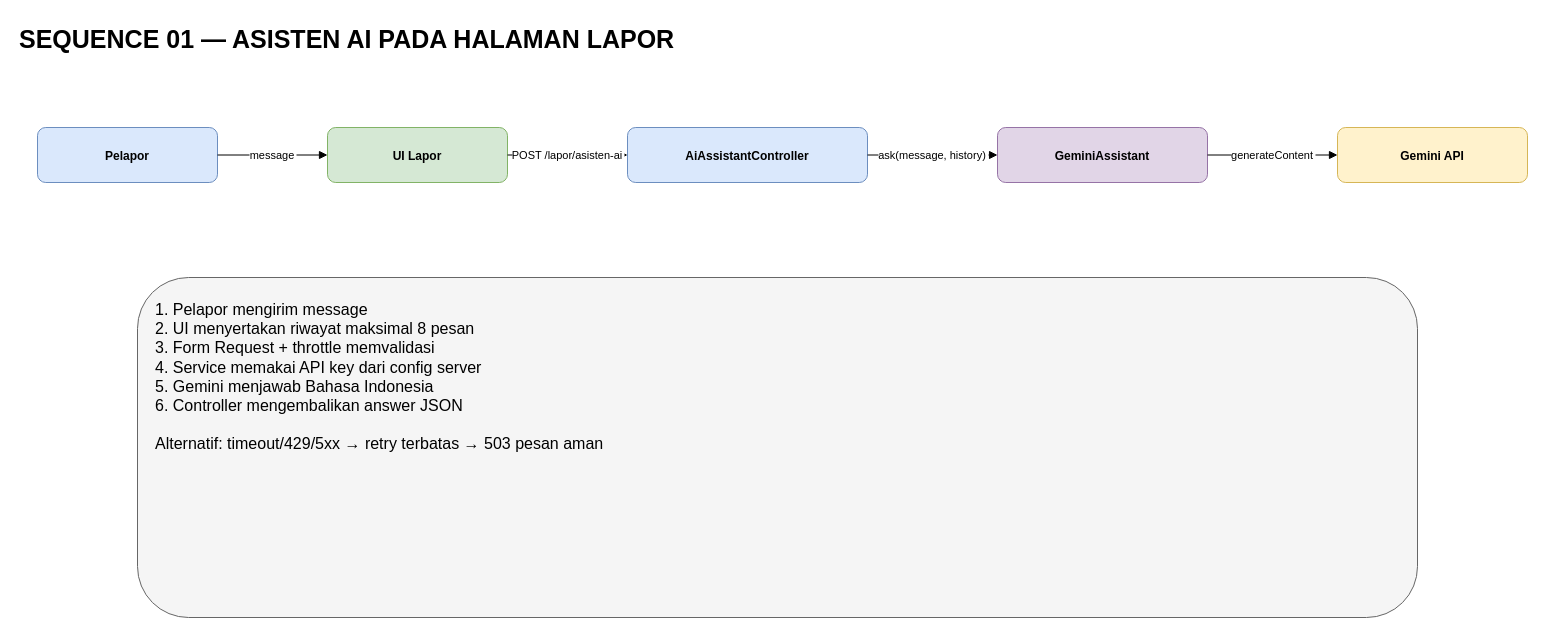
Earlier version of the draw.io diagram page "01 - Asisten AI" (1 of 3) of docs/SIPRAJA-sequence.drawio (Samuel-smr/Satpolpp). Source tidied: cells renumbered, new cells numbered last; positions are measured from the earlier drawing's top-left corner, leaving out a move shared by most shapes. Both pictures are drawn from the tidied source at 100%, with x=0, y=0 at pixel (17, 17).
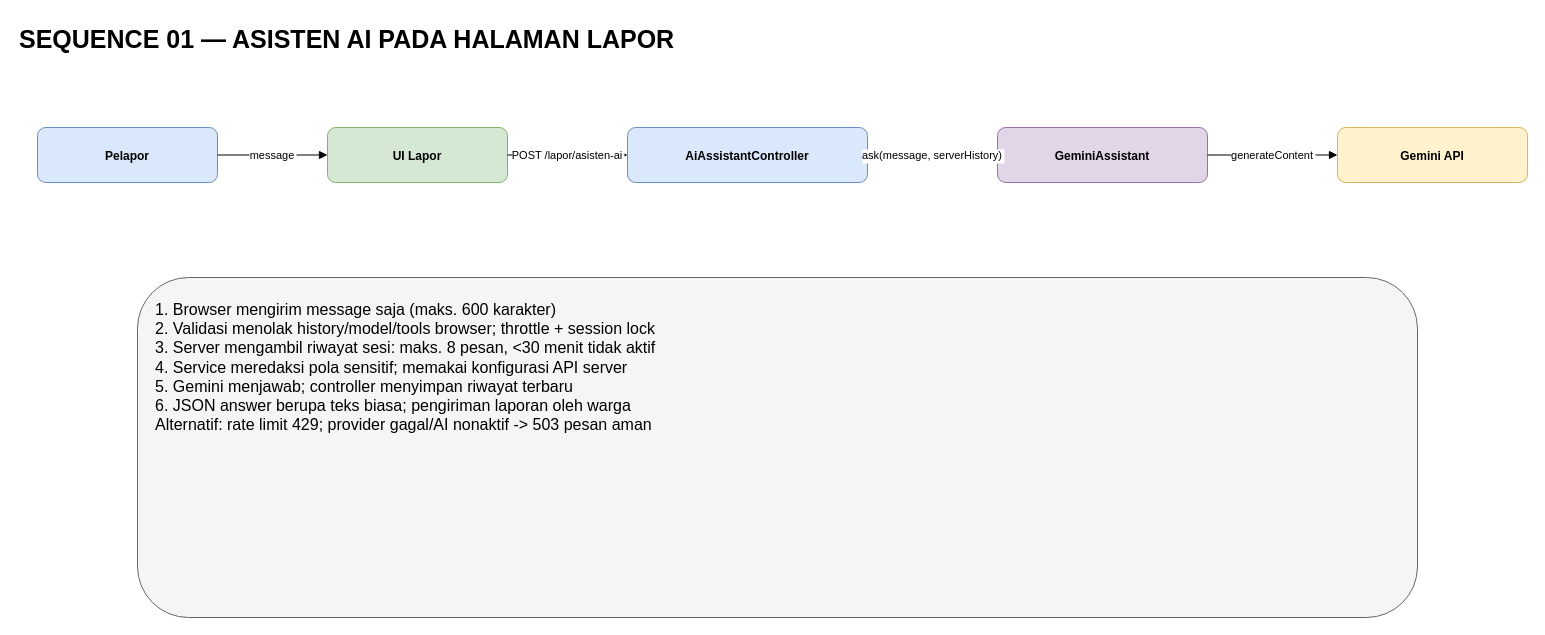
After the change.

Diff of the diagram source:
```diff
@@
 <mxGraphModel>
   <root>
     <mxCell id="0" />
     <mxCell id="1" parent="0" />
     <mxCell id="2" value="SEQUENCE 01 — ASISTEN AI PADA HALAMAN LAPOR" style="text;html=0;fontSize=25;fontStyle=1;" parent="1" vertex="1">
       <mxGeometry width="1100" height="40" as="geometry" />
     </mxCell>
     <mxCell id="3" value="Pelapor" style="rounded=1;html=0;fillColor=#dae8fc;strokeColor=#6c8ebf;fontStyle=1;" parent="1" vertex="1">
       <mxGeometry x="20" y="110" width="180" height="55" as="geometry" />
     </mxCell>
     <mxCell id="4" value="UI Lapor" style="rounded=1;html=0;fillColor=#d5e8d4;strokeColor=#82b366;fontStyle=1;" parent="1" vertex="1">
       <mxGeometry x="310" y="110" width="180" height="55" as="geometry" />
     </mxCell>
     <mxCell id="5" value="AiAssistantController" style="rounded=1;html=0;fillColor=#dae8fc;strokeColor=#6c8ebf;fontStyle=1;" parent="1" vertex="1">
       <mxGeometry x="610" y="110" width="240" height="55" as="geometry" />
     </mxCell>
     <mxCell id="6" value="GeminiAssistant" style="rounded=1;html=0;fillColor=#e1d5e7;strokeColor=#9673a6;fontStyle=1;" parent="1" vertex="1">
       <mxGeometry x="980" y="110" width="210" height="55" as="geometry" />
     </mxCell>
     <mxCell id="7" value="Gemini API" style="rounded=1;html=0;fillColor=#fff2cc;strokeColor=#d6b656;fontStyle=1;" parent="1" vertex="1">
       <mxGeometry x="1320" y="110" width="190" height="55" as="geometry" />
     </mxCell>
-    <mxCell id="8" value="1. Pelapor mengirim message&#10;2. UI menyertakan riwayat maksimal 8 pesan&#10;3. Form Request + throttle memvalidasi&#10;4. Service memakai API key dari config server&#10;5. Gemini menjawab Bahasa Indonesia&#10;6. Controller mengembalikan answer JSON&#10;&#10;Alternatif: timeout/429/5xx → retry terbatas → 503 pesan aman" style="rounded=1;html=0;whiteSpace=wrap;align=left;verticalAlign=top;spacing=18;fontSize=16;fillColor=#f5f5f5;strokeColor=#666666;" parent="1" vertex="1">
+    <mxCell id="8" value="1. Browser mengirim message saja (maks. 600 karakter)&#10;2. Validasi menolak history/model/tools browser; throttle + session lock&#10;3. Server mengambil riwayat sesi: maks. 8 pesan, &lt;30 menit tidak aktif&#10;4. Service meredaksi pola sensitif; memakai konfigurasi API server&#10;5. Gemini menjawab; controller menyimpan riwayat terbaru&#10;6. JSON answer berupa teks biasa; pengiriman laporan oleh warga&#10;Alternatif: rate limit 429; provider gagal/AI nonaktif -&gt; 503 pesan aman" style="rounded=1;html=0;whiteSpace=wrap;align=left;verticalAlign=top;spacing=18;fontSize=16;fillColor=#f5f5f5;strokeColor=#666666;" parent="1" vertex="1">
       <mxGeometry x="120" y="260" width="1280" height="340" as="geometry" />
     </mxCell>
     <mxCell id="9" value="message" style="edgeStyle=orthogonalEdgeStyle;html=0;endArrow=block;" parent="1" edge="1" source="3" target="4">
       <mxGeometry relative="1" as="geometry" />
     </mxCell>
     <mxCell id="10" value="POST /lapor/asisten-ai" style="edgeStyle=orthogonalEdgeStyle;html=0;endArrow=block;" parent="1" edge="1" source="4" target="5">
       <mxGeometry relative="1" as="geometry" />
     </mxCell>
-    <mxCell id="11" value="ask(message, history)" style="edgeStyle=orthogonalEdgeStyle;html=0;endArrow=block;" parent="1" edge="1" source="5" target="6">
+    <mxCell id="11" value="ask(message, serverHistory)" style="edgeStyle=orthogonalEdgeStyle;html=0;endArrow=block;" parent="1" edge="1" source="5" target="6">
       <mxGeometry relative="1" as="geometry" />
     </mxCell>
     <mxCell id="12" value="generateContent" style="edgeStyle=orthogonalEdgeStyle;html=0;endArrow=block;" parent="1" edge="1" source="6" target="7">
       <mxGeometry relative="1" as="geometry" />
     </mxCell>
   </root>
 </mxGraphModel>
```
